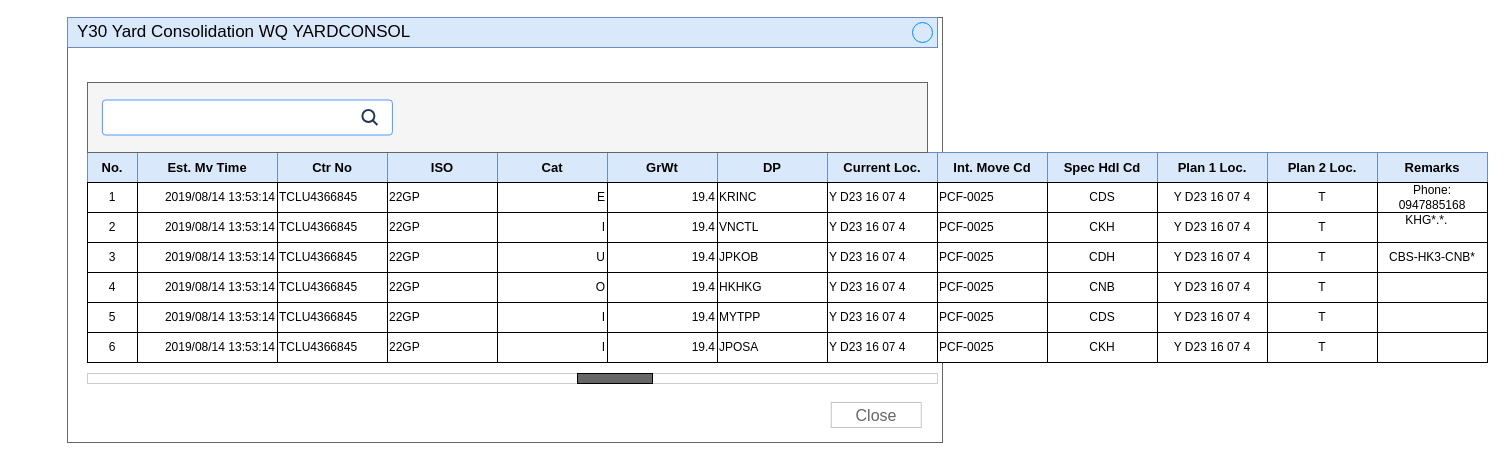
This is page "Y30" (3 of 3) of documents/sprint-2/Y Management.drawio from csu-anzai/SNP-CMS, a draw.io file, before an edit. Source tidied: cells renumbered, new cells numbered last; positions are measured from the earlier drawing's top-left corner, leaving out a move shared by most shapes. Both pictures are drawn from the tidied source at 100%, with x=0, y=0 at pixel (67, 17).
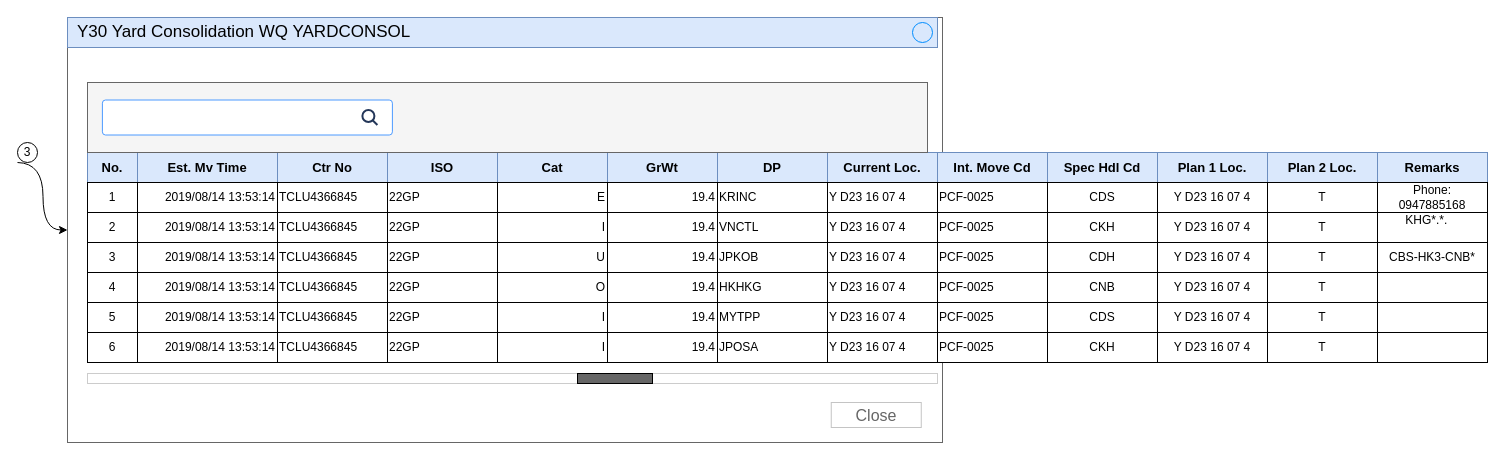
Above is the later version.

The change refers to these unchanged cells:
```xml
<mxCell id="2" style="strokeWidth=1;shadow=0;dashed=0;align=center;html=1;shape=mxgraph.mockup.containers.rrect;rSize=0;strokeColor=#666666;fontColor=#666666;fontSize=17;verticalAlign=top;whiteSpace=wrap;fillColor=#ffffff;spacingTop=32;" parent="1" vertex="1">
  <mxGeometry width="875" height="425" as="geometry" />
</mxCell>
```

Change to the diagram source:
```diff
@@
+    <mxCell id="102" style="edgeStyle=orthogonalEdgeStyle;curved=1;rounded=0;jettySize=auto;html=1;startArrow=classic;startFill=1;endArrow=none;endFill=0;" parent="1" edge="1" source="2">
+      <mxGeometry relative="1" as="geometry">
+        <mxPoint x="-50" y="145" as="targetPoint" />
+      </mxGeometry>
+    </mxCell>
@@
+    <mxCell id="103" value="3" style="ellipse;whiteSpace=wrap;html=1;" parent="1" vertex="1">
+      <mxGeometry x="-50" y="125" width="20" height="20" as="geometry" />
+    </mxCell>
```
